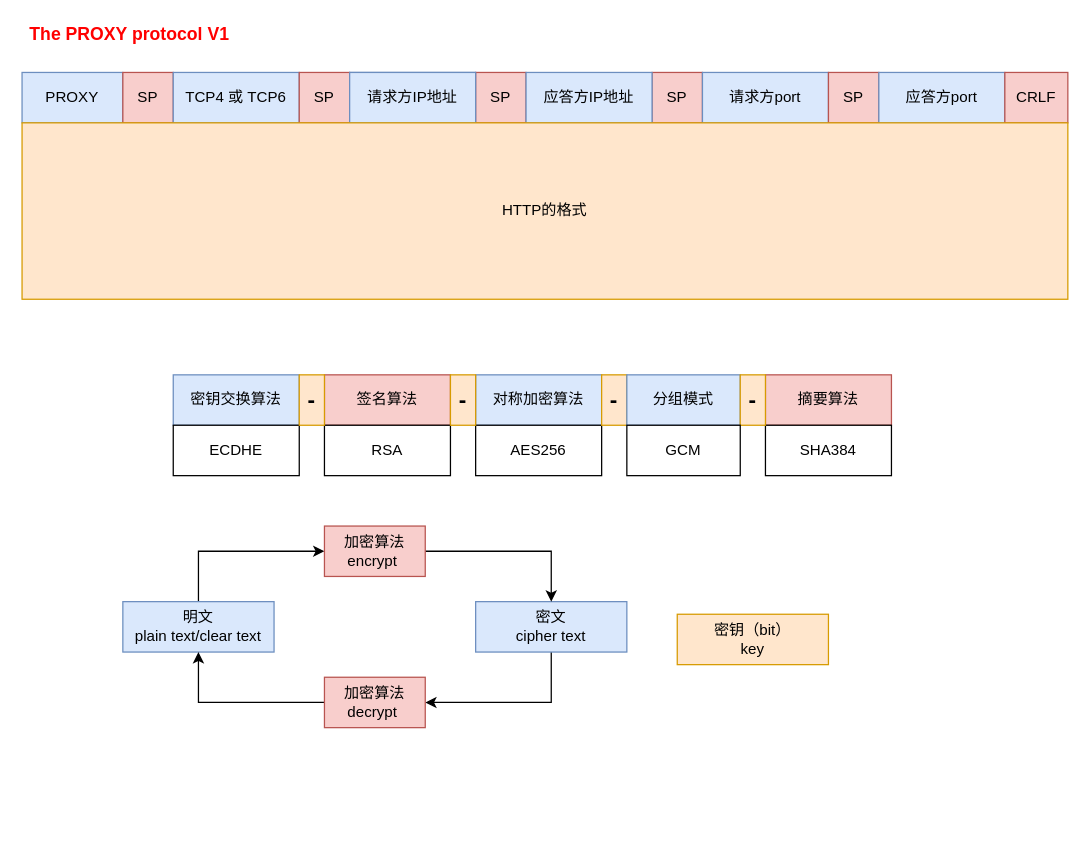
This is HTTp.drawio from moonlightop/Blog, a draw.io file, before an edit. Source tidied: cells renumbered, new cells numbered last; positions are measured from the earlier drawing's top-left corner, leaving out a move shared by most shapes. Both pictures are drawn from the tidied source at 126%, with x=0, y=0 at pixel (21, 21).
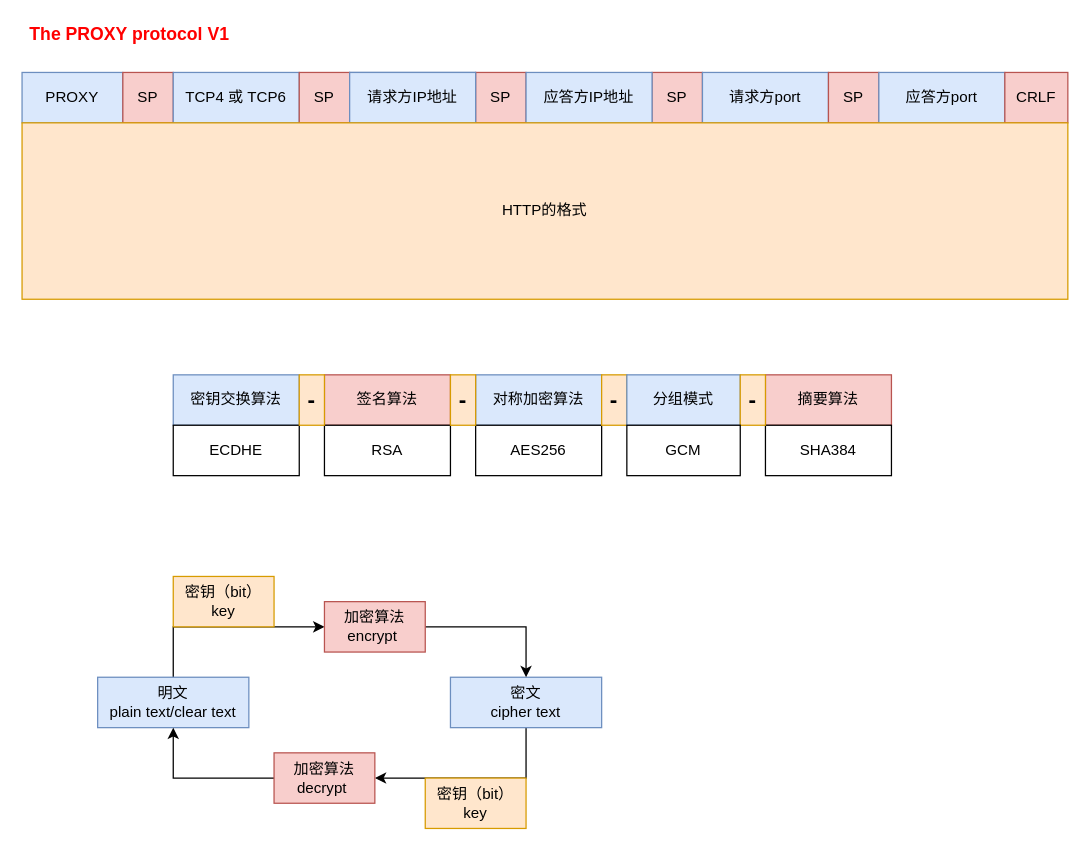
The same page after the edit.

The edit, as a diff of the source:
```diff
@@
     <mxCell id="32" value="明文&lt;br&gt;plain text/clear text" style="rounded=0;whiteSpace=wrap;html=1;fillColor=#dae8fc;strokeColor=#6c8ebf;" parent="1" vertex="1">
-      <mxGeometry x="80" y="460" width="120" height="40" as="geometry" />
+      <mxGeometry x="60" y="520" width="120" height="40" as="geometry" />
     </mxCell>
@@
     <mxCell id="34" value="密文&lt;br&gt;cipher text" style="rounded=0;whiteSpace=wrap;html=1;fillColor=#dae8fc;strokeColor=#6c8ebf;" parent="1" vertex="1">
-      <mxGeometry x="360" y="460" width="120" height="40" as="geometry" />
+      <mxGeometry x="340" y="520" width="120" height="40" as="geometry" />
     </mxCell>
-    <mxCell id="35" style="edgeStyle=orthogonalEdgeStyle;rounded=0;jettySize=auto;html=1;exitX=1;exitY=0.5;exitDx=0;exitDy=0;entryX=0.5;entryY=0;entryDx=0;entryDy=0;" parent="1" edge="1" source="36" target="34">
+    <mxCell id="35" style="edgeStyle=orthogonalEdgeStyle;rounded=0;jettySize=auto;html=1;entryX=0.5;entryY=0;entryDx=0;entryDy=0;" parent="1" edge="1" source="36" target="34">
       <mxGeometry relative="1" as="geometry" />
     </mxCell>
     <mxCell id="36" value="加密算法&lt;br&gt;encrypt&amp;nbsp;" style="rounded=0;whiteSpace=wrap;html=1;fillColor=#f8cecc;strokeColor=#b85450;" parent="1" vertex="1">
-      <mxGeometry x="240" y="400" width="80" height="40" as="geometry" />
+      <mxGeometry x="240" y="460" width="80" height="40" as="geometry" />
     </mxCell>
@@
     <mxCell id="38" value="加密算法&lt;br&gt;decrypt&amp;nbsp;" style="rounded=0;whiteSpace=wrap;html=1;fillColor=#f8cecc;strokeColor=#b85450;" parent="1" vertex="1">
-      <mxGeometry x="240" y="520" width="80" height="40" as="geometry" />
+      <mxGeometry x="200" y="580" width="80" height="40" as="geometry" />
     </mxCell>
-    <mxCell id="39" value="密钥（bit）&lt;br&gt;key" style="rounded=0;whiteSpace=wrap;html=1;fillColor=#ffe6cc;strokeColor=#d79b00;" parent="1" vertex="1">
-      <mxGeometry x="520" y="470" width="120" height="40" as="geometry" />
-    </mxCell>
+    <mxCell id="40" value="密钥（bit）&lt;br&gt;key" style="rounded=0;whiteSpace=wrap;html=1;fillColor=#ffe6cc;strokeColor=#d79b00;" parent="1" vertex="1">
+      <mxGeometry x="120" y="440" width="80" height="40" as="geometry" />
+    </mxCell>
+    <mxCell id="41" value="密钥（bit）&lt;br&gt;key" style="rounded=0;whiteSpace=wrap;html=1;fillColor=#ffe6cc;strokeColor=#d79b00;" parent="1" vertex="1">
+      <mxGeometry x="320" y="600" width="80" height="40" as="geometry" />
+    </mxCell>
```
